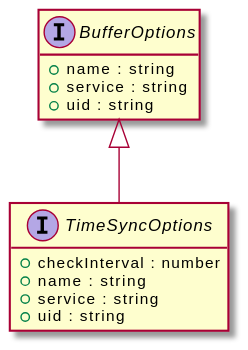
The PlantUML diagram assets/TimeSyncOptions-umlClassDiagram-11927.svg in OpenHPS/openhps-core, before a commit. Its diagram source:
```plantuml
@startuml
skinparam BackgroundColor transparent
hide empty methods
hide empty fields
interface "TimeSyncOptions" {
    +checkInterval : number
    +name : string
    +service : string
    +uid : string
}
interface "BufferOptions" {
    +name : string
    +service : string
    +uid : string
}
"BufferOptions" <|-- "TimeSyncOptions"
@enduml
```
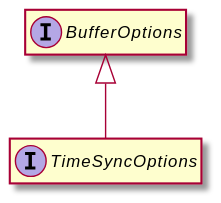
The same file after the commit.

Change to the diagram source:
```diff
@@ -3,15 +3,8 @@
 hide empty methods
 hide empty fields
 interface "TimeSyncOptions" {
-    +checkInterval : number
-    +name : string
-    +service : string
-    +uid : string
 }
 interface "BufferOptions" {
-    +name : string
-    +service : string
-    +uid : string
 }
 "BufferOptions" <|-- "TimeSyncOptions"
 @enduml
```
